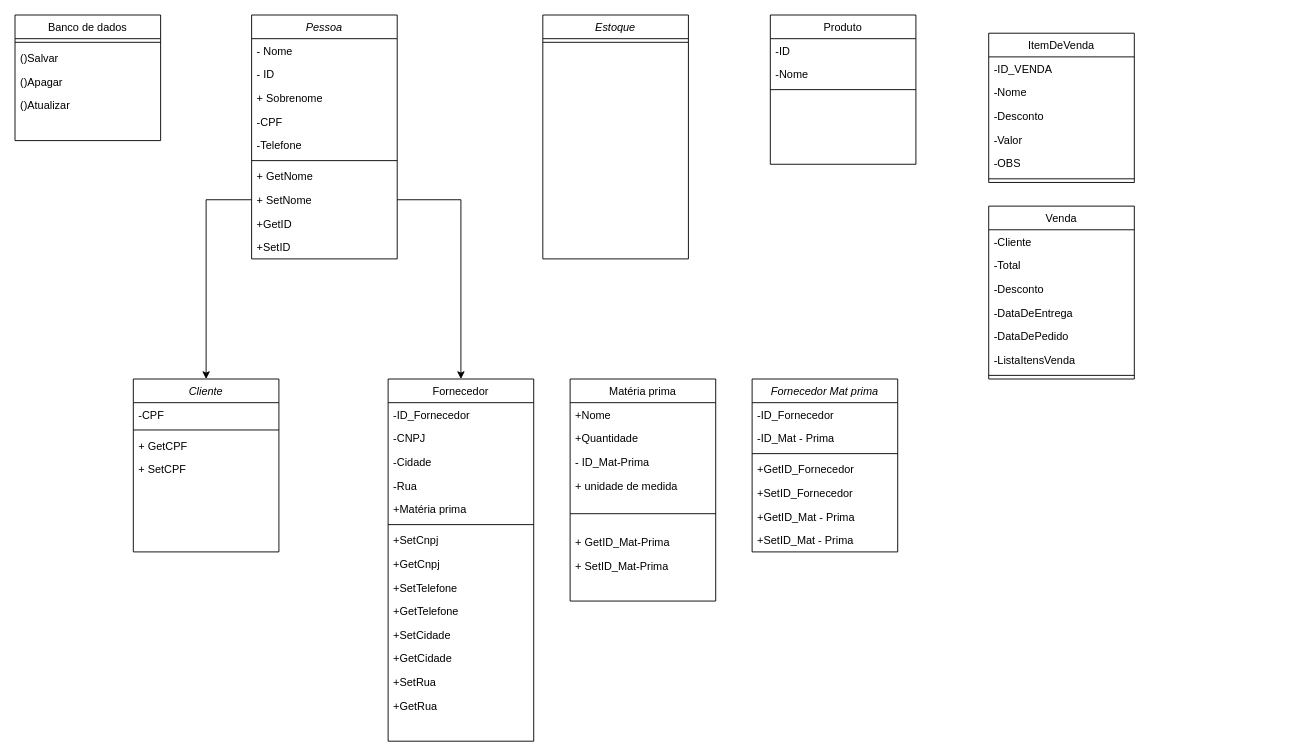
The draw.io diagram page "Page-1" (1 of 2) of classes/classes.drawio in Brazuca17/appEquipe, before the edit. Source tidied: cells renumbered, new cells numbered last; positions are measured from the earlier drawing's top-left corner, leaving out a move shared by most shapes. Both pictures are drawn from the tidied source at 91%, with x=0, y=0 at pixel (15, 15).
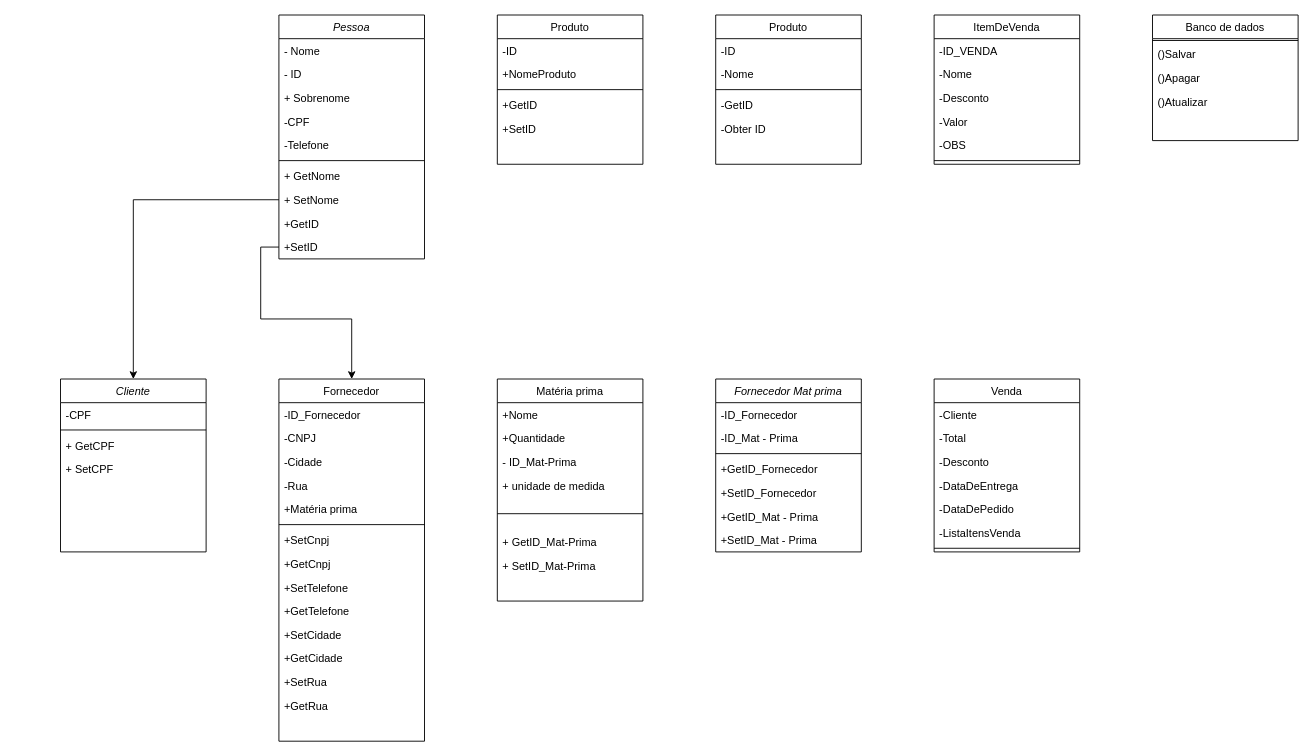
The same page after the edit.

Unchanged cells that the change refers to:
```xml
<mxCell id="43" value="+ SetNome" style="text;align=left;verticalAlign=top;spacingLeft=4;spacingRight=4;overflow=hidden;points=[[0,0.5],[1,0.5]];portConstraint=eastwest;" parent="35" vertex="1">
  <mxGeometry y="190" width="160" height="26" as="geometry" />
</mxCell>
<mxCell id="45" value="+SetID" style="text;align=left;verticalAlign=top;spacingLeft=4;spacingRight=4;overflow=hidden;points=[[0,0.5],[1,0.5]];portConstraint=eastwest;" parent="35" vertex="1">
  <mxGeometry y="242" width="160" height="26" as="geometry" />
</mxCell>
```

Change to the diagram source:
```diff
@@
     <mxCell id="2" value="Cliente" style="swimlane;fontStyle=2;align=center;verticalAlign=top;horizontal=1;startSize=26;rounded=0;shadow=0;strokeWidth=1;" parent="1" vertex="1">
-      <mxGeometry x="130" y="400" width="160" height="190" as="geometry" />
+      <mxGeometry x="50" y="400" width="160" height="190" as="geometry" />
     </mxCell>
@@
     <mxCell id="7" value="Banco de dados" style="swimlane;fontStyle=0;align=center;verticalAlign=top;horizontal=1;startSize=26;rounded=0;shadow=0;strokeWidth=1;" parent="1" vertex="1">
-      <mxGeometry width="160" height="138" as="geometry" />
+      <mxGeometry x="1250" width="160" height="138" as="geometry" />
     </mxCell>
     <mxCell id="8" style="line;html=1;strokeWidth=1;align=left;verticalAlign=middle;spacingTop=-1;spacingLeft=3;spacingRight=3;labelPosition=right;" parent="7" vertex="1">
-      <mxGeometry y="26" width="160" height="8" as="geometry" />
+      <mxGeometry y="26" width="160" height="4" as="geometry" />
     </mxCell>
     <mxCell id="9" value="()Salvar" style="text;align=left;verticalAlign=top;spacingLeft=4;spacingRight=4;overflow=hidden;rounded=0;shadow=0;html=0;" parent="7" vertex="1">
-      <mxGeometry y="34" width="160" height="26" as="geometry" />
+      <mxGeometry y="30" width="160" height="26" as="geometry" />
     </mxCell>
     <mxCell id="10" value="()Apagar" style="text;align=left;verticalAlign=top;spacingLeft=4;spacingRight=4;overflow=hidden;rounded=0;shadow=0;html=0;" parent="7" vertex="1">
-      <mxGeometry y="60" width="160" height="26" as="geometry" />
+      <mxGeometry y="56" width="160" height="26" as="geometry" />
     </mxCell>
     <mxCell id="11" value="()Atualizar" style="text;align=left;verticalAlign=top;spacingLeft=4;spacingRight=4;overflow=hidden;rounded=0;shadow=0;html=0;" parent="7" vertex="1">
-      <mxGeometry y="86" width="160" height="26" as="geometry" />
+      <mxGeometry y="82" width="160" height="26" as="geometry" />
     </mxCell>
     <mxCell id="12" value="Matéria prima" style="swimlane;fontStyle=0;align=center;verticalAlign=top;horizontal=1;startSize=26;rounded=0;shadow=0;strokeWidth=1;" parent="1" vertex="1">
-      <mxGeometry x="610" y="400" width="160" height="244" as="geometry" />
+      <mxGeometry x="530" y="400" width="160" height="244" as="geometry" />
     </mxCell>
@@
     <mxCell id="20" value="Fornecedor" style="swimlane;fontStyle=0;align=center;verticalAlign=top;horizontal=1;startSize=26;rounded=0;shadow=0;strokeWidth=1;" parent="1" vertex="1">
-      <mxGeometry x="410" y="400" width="160" height="398" as="geometry" />
+      <mxGeometry x="290" y="400" width="160" height="398" as="geometry" />
     </mxCell>
@@
     <mxCell id="35" value="Pessoa" style="swimlane;fontStyle=2;align=center;verticalAlign=top;horizontal=1;startSize=26;rounded=0;shadow=0;strokeWidth=1;" parent="1" vertex="1">
-      <mxGeometry x="260" width="160" height="268" as="geometry" />
+      <mxGeometry x="290" width="160" height="268" as="geometry" />
     </mxCell>
@@
-    <mxCell id="47" style="edgeStyle=orthogonalEdgeStyle;rounded=0;jettySize=auto;html=1;" parent="1" edge="1" source="43" target="20">
-      <mxGeometry relative="1" as="geometry" />
-    </mxCell>
     <mxCell id="48" value="Fornecedor Mat prima" style="swimlane;fontStyle=2;align=center;verticalAlign=top;horizontal=1;startSize=26;rounded=0;shadow=0;strokeWidth=1;" parent="1" vertex="1">
-      <mxGeometry x="810" y="400" width="160" height="190" as="geometry" />
+      <mxGeometry x="770" y="400" width="160" height="190" as="geometry" />
     </mxCell>
@@
-    <mxCell id="56" value="Estoque" style="swimlane;fontStyle=2;align=center;verticalAlign=top;horizontal=1;startSize=26;rounded=0;shadow=0;strokeWidth=1;" parent="1" vertex="1">
-      <mxGeometry x="580" width="160" height="268" as="geometry" />
-    </mxCell>
-    <mxCell id="57" style="line;html=1;strokeWidth=1;align=left;verticalAlign=middle;spacingTop=-1;spacingLeft=3;spacingRight=3;labelPosition=right;" parent="56" vertex="1">
-      <mxGeometry y="26" width="160" height="8" as="geometry" />
-    </mxCell>
     <mxCell id="58" value="Produto" style="swimlane;fontStyle=0;align=center;verticalAlign=top;horizontal=1;startSize=26;rounded=0;shadow=0;strokeWidth=1;" parent="1" vertex="1">
-      <mxGeometry x="830" width="160" height="164" as="geometry" />
+      <mxGeometry x="770" width="160" height="164" as="geometry" />
     </mxCell>
@@
+    <mxCell id="77" value="-GetID" style="text;align=left;verticalAlign=top;spacingLeft=4;spacingRight=4;overflow=hidden;rounded=0;shadow=0;html=0;" parent="58" vertex="1">
+      <mxGeometry y="86" width="160" height="26" as="geometry" />
+    </mxCell>
+    <mxCell id="78" value="-Obter ID" style="text;align=left;verticalAlign=top;spacingLeft=4;spacingRight=4;overflow=hidden;rounded=0;shadow=0;html=0;" parent="58" vertex="1">
+      <mxGeometry y="112" width="160" height="26" as="geometry" />
+    </mxCell>
     <mxCell id="62" value="ItemDeVenda" style="swimlane;fontStyle=0;align=center;verticalAlign=top;horizontal=1;startSize=26;rounded=0;shadow=0;strokeWidth=1;" parent="1" vertex="1">
-      <mxGeometry x="1070" y="20" width="160" height="164" as="geometry" />
+      <mxGeometry x="1010" width="160" height="164" as="geometry" />
     </mxCell>
@@
     <mxCell id="69" value="Venda" style="swimlane;fontStyle=0;align=center;verticalAlign=top;horizontal=1;startSize=26;rounded=0;shadow=0;strokeWidth=1;" parent="1" vertex="1">
-      <mxGeometry x="1070" y="210" width="160" height="190" as="geometry" />
+      <mxGeometry x="1010" y="400" width="160" height="190" as="geometry" />
     </mxCell>
@@
+    <mxCell id="79" style="edgeStyle=orthogonalEdgeStyle;rounded=0;jettySize=auto;html=1;entryX=0.5;entryY=0;entryDx=0;entryDy=0;" parent="1" edge="1" source="45" target="20">
+      <mxGeometry relative="1" as="geometry" />
+    </mxCell>
+    <mxCell id="80" value="Produto" style="swimlane;fontStyle=0;align=center;verticalAlign=top;horizontal=1;startSize=26;rounded=0;shadow=0;strokeWidth=1;" parent="1" vertex="1">
+      <mxGeometry x="530" width="160" height="164" as="geometry" />
+    </mxCell>
+    <mxCell id="81" value="-ID" style="text;align=left;verticalAlign=top;spacingLeft=4;spacingRight=4;overflow=hidden;rounded=0;shadow=0;html=0;" parent="80" vertex="1">
+      <mxGeometry y="26" width="160" height="26" as="geometry" />
+    </mxCell>
+    <mxCell id="82" value="+NomeProduto" style="text;align=left;verticalAlign=top;spacingLeft=4;spacingRight=4;overflow=hidden;rounded=0;shadow=0;html=0;" parent="80" vertex="1">
+      <mxGeometry y="52" width="160" height="26" as="geometry" />
+    </mxCell>
+    <mxCell id="83" style="line;html=1;strokeWidth=1;align=left;verticalAlign=middle;spacingTop=-1;spacingLeft=3;spacingRight=3;labelPosition=right;" parent="80" vertex="1">
+      <mxGeometry y="78" width="160" height="8" as="geometry" />
+    </mxCell>
+    <mxCell id="84" value="+GetID" style="text;align=left;verticalAlign=top;spacingLeft=4;spacingRight=4;overflow=hidden;rounded=0;shadow=0;html=0;" parent="80" vertex="1">
+      <mxGeometry y="86" width="160" height="26" as="geometry" />
+    </mxCell>
+    <mxCell id="85" value="+SetID" style="text;align=left;verticalAlign=top;spacingLeft=4;spacingRight=4;overflow=hidden;rounded=0;shadow=0;html=0;" parent="80" vertex="1">
+      <mxGeometry y="112" width="160" height="26" as="geometry" />
+    </mxCell>
```
